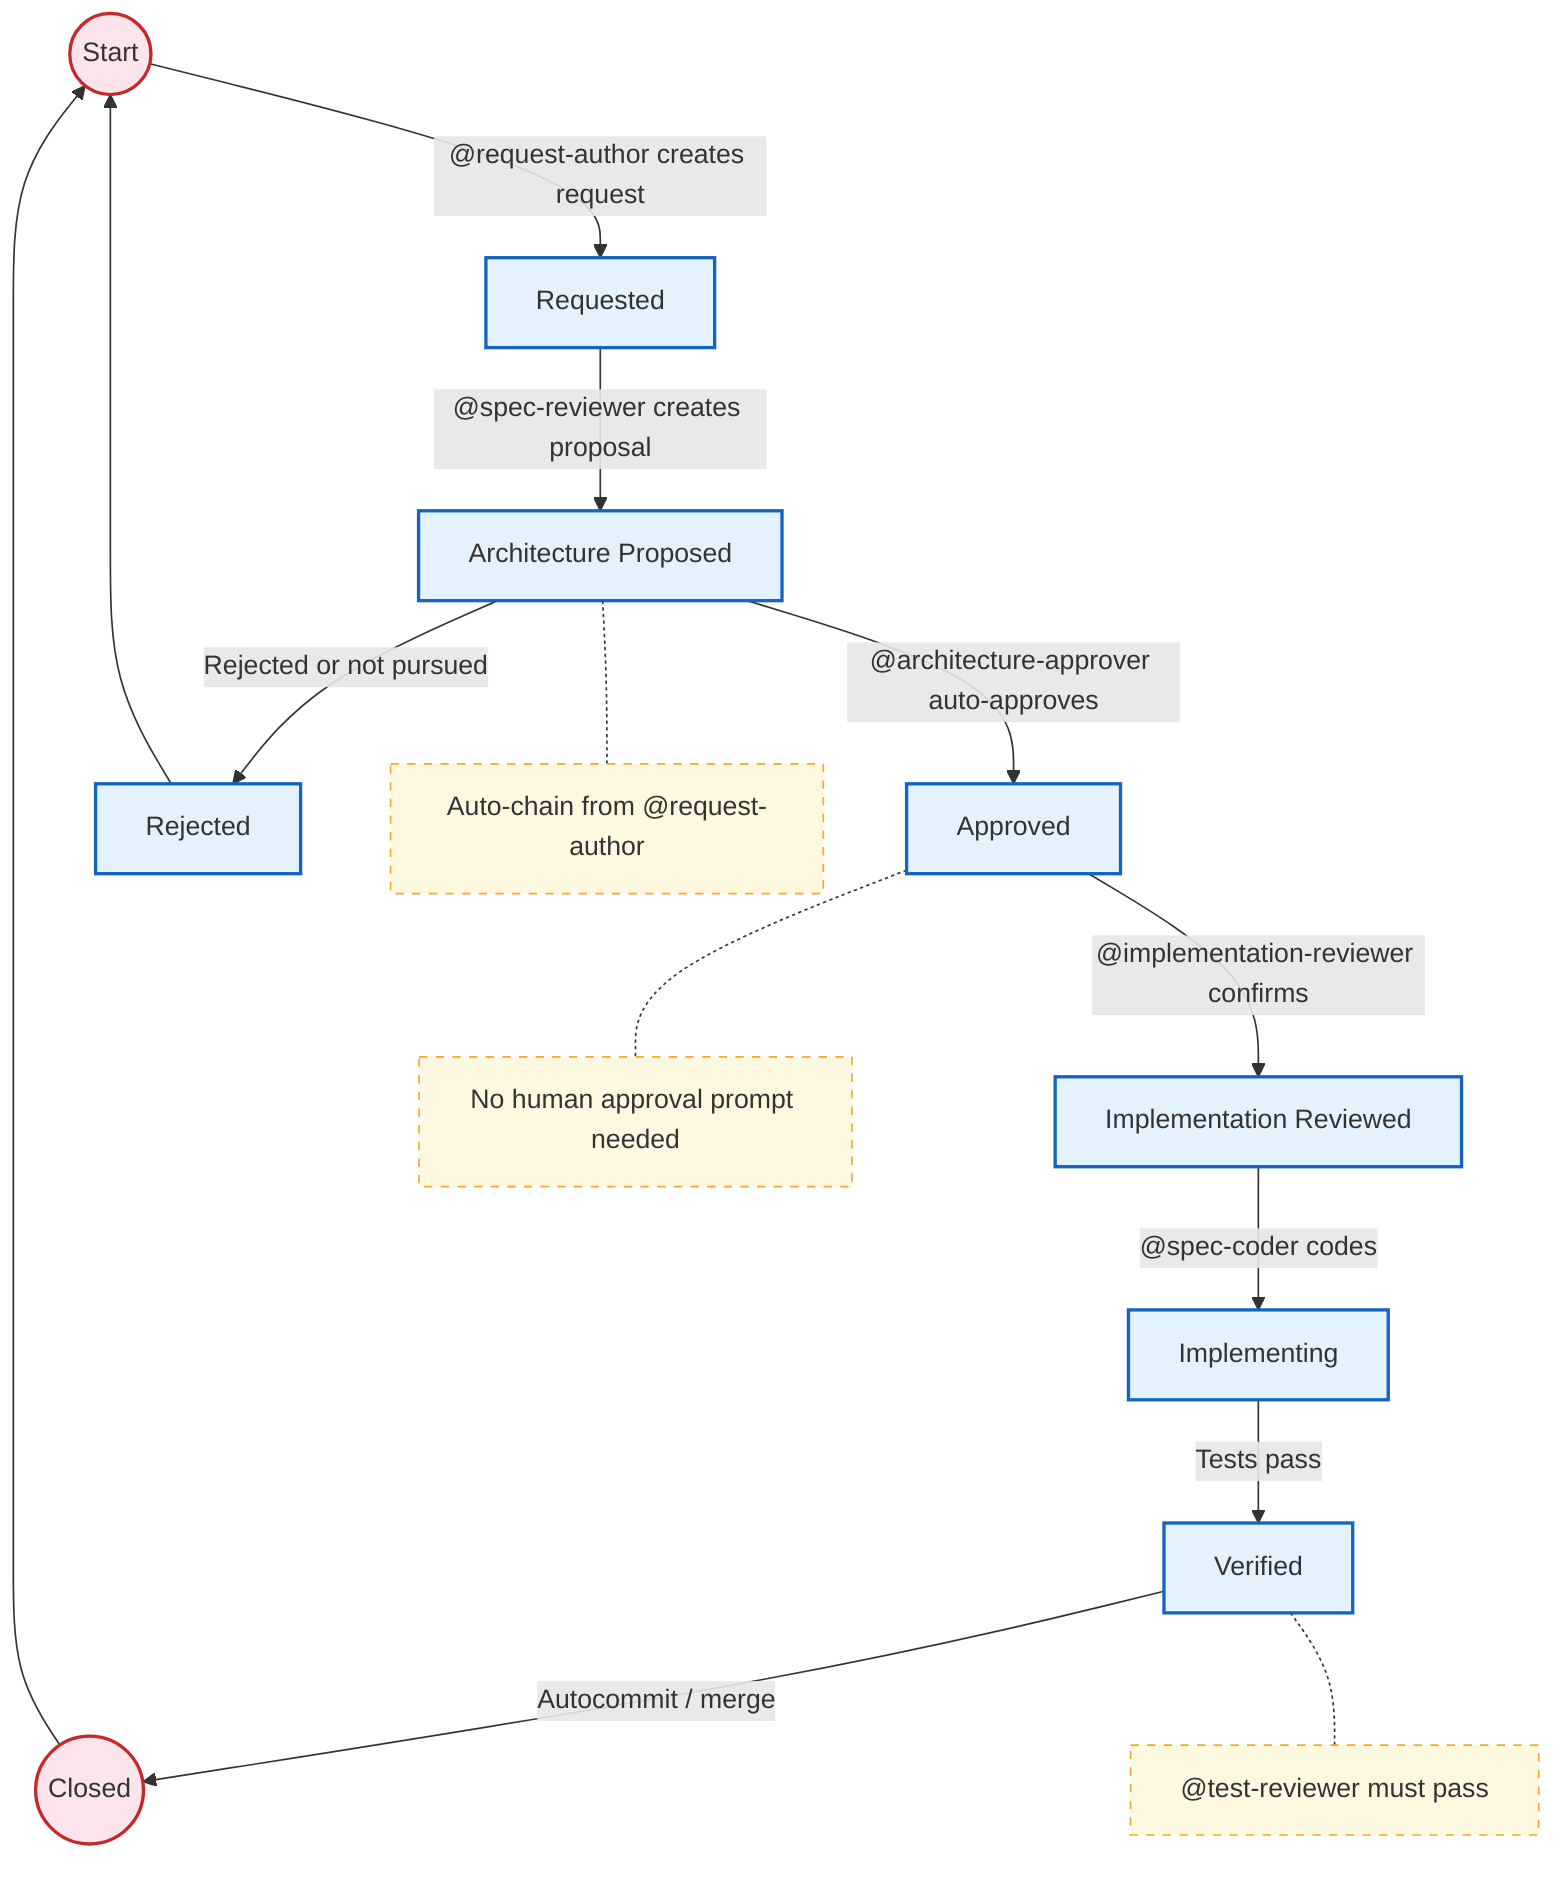
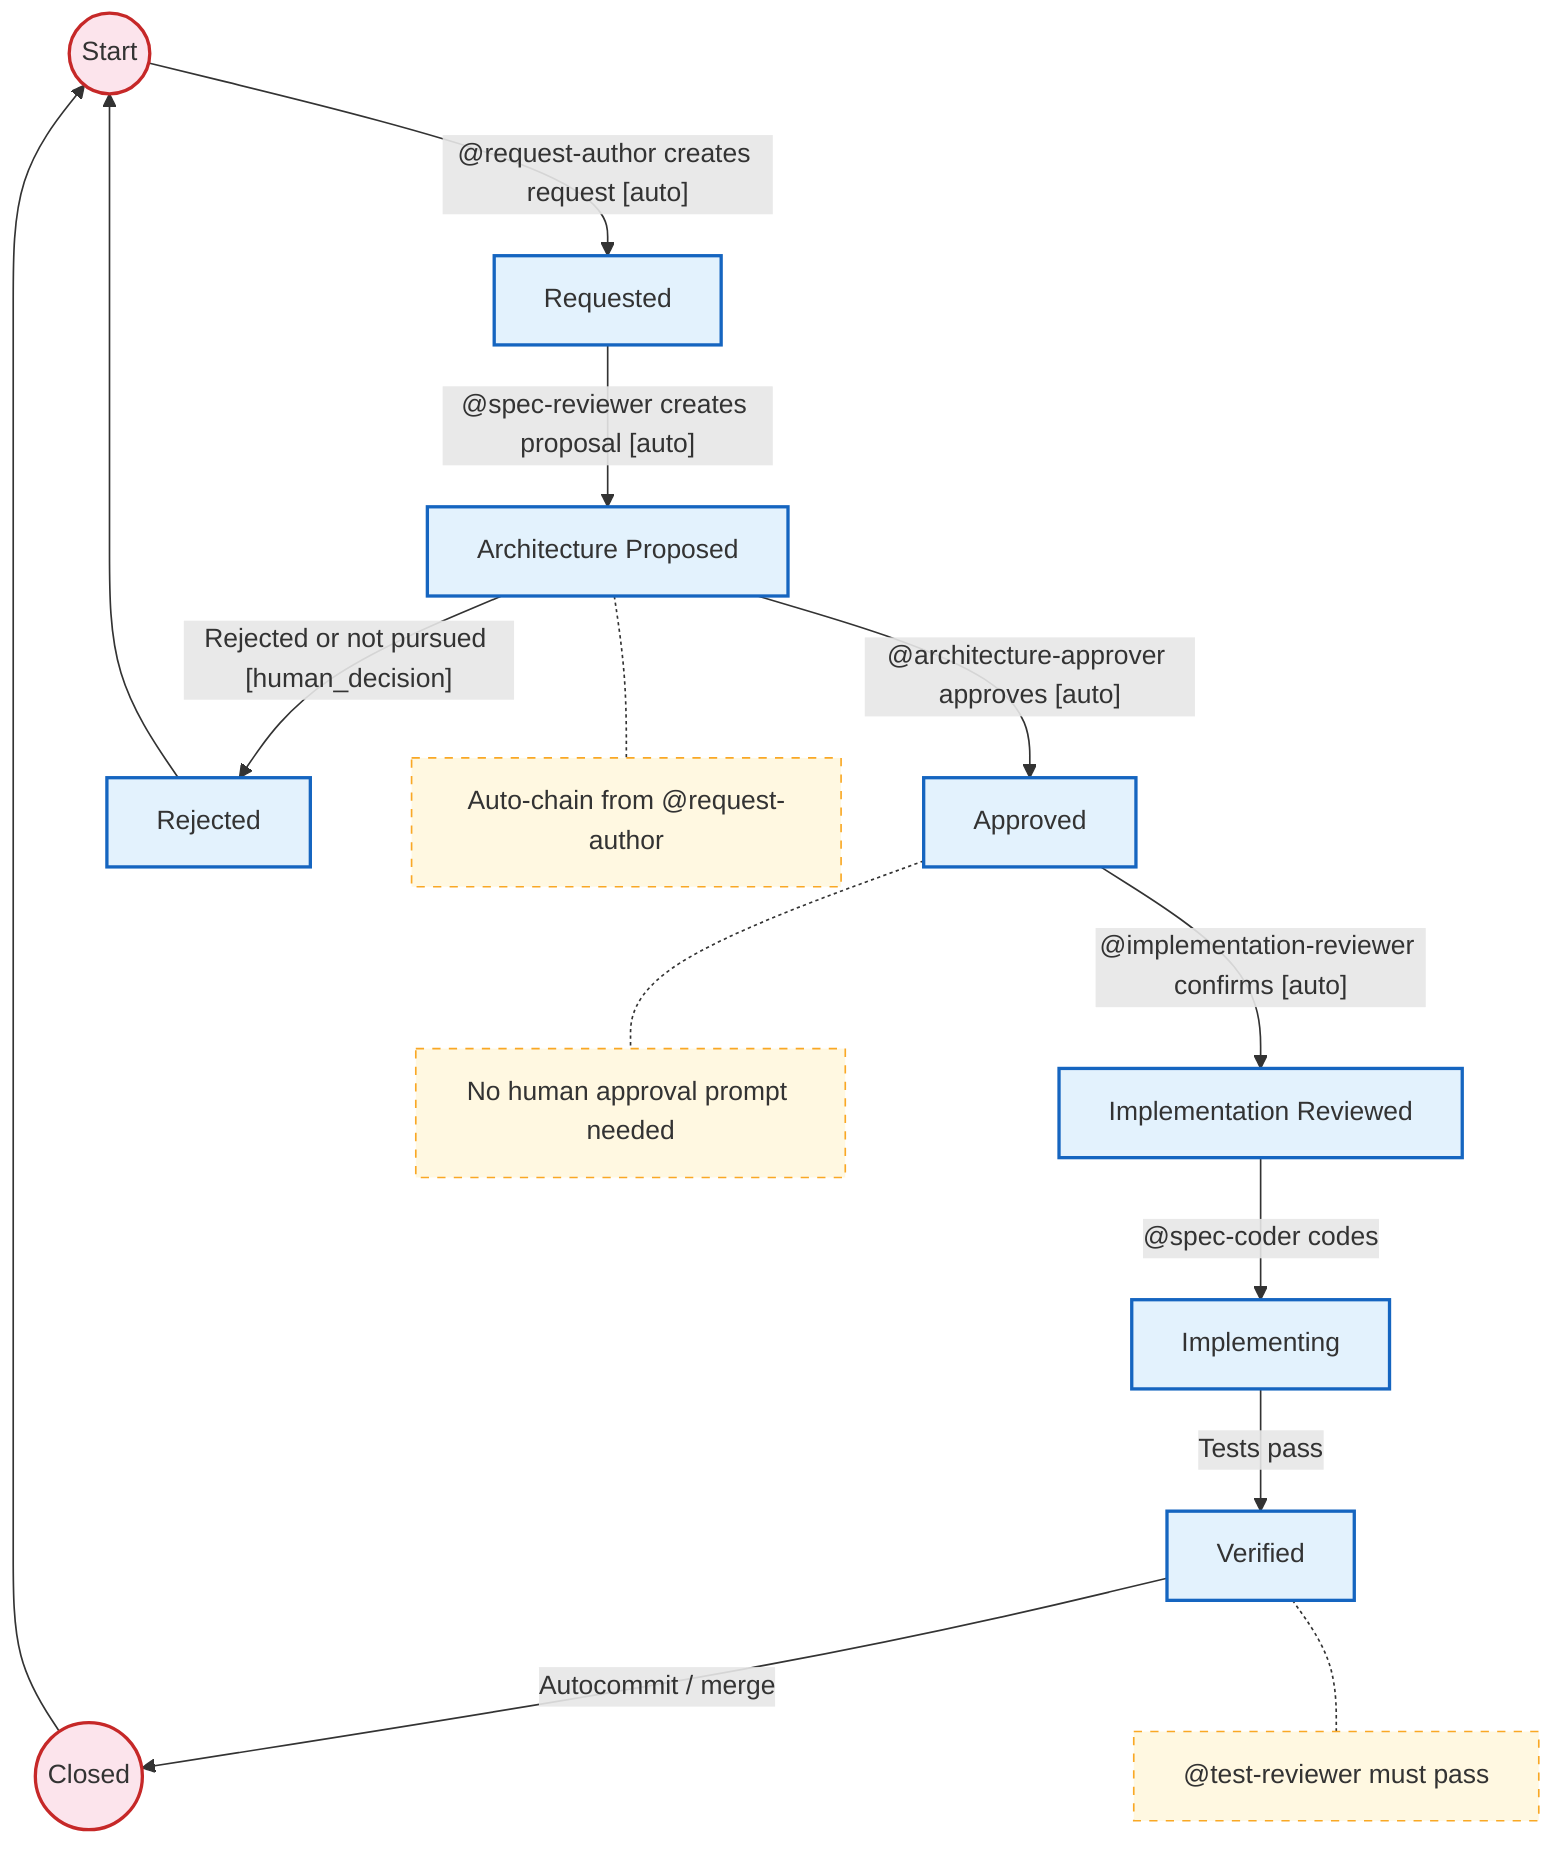
graph TD
    classDef state fill:#e3f2fd,stroke:#1565c0,stroke-width:2px
    classDef terminal fill:#fce4ec,stroke:#c62828,stroke-width:2px
    classDef note fill:#fff8e1,stroke:#f9a825,stroke-width:1px,stroke-dasharray:5 5

    Start((Start)):::terminal
    Requested[Requested]:::state
    ArchitectureProposed[Architecture Proposed]:::state
    Approved[Approved]:::state
    Rejected[Rejected]:::state
    ImplementationReviewed[Implementation Reviewed]:::state
    Implementing[Implementing]:::state
    Verified[Verified]:::state
    Closed((Closed)):::terminal

-     Start -->|"@request-author creates request"| Requested
-     Requested -->|"@spec-reviewer creates proposal"| ArchitectureProposed
-     ArchitectureProposed -->|"@architecture-approver auto-approves"| Approved
-     ArchitectureProposed -->|Rejected or not pursued| Rejected
-     Approved -->|"@implementation-reviewer confirms"| ImplementationReviewed
+     Start -->|"@request-author creates request [auto]"| Requested
+     Requested -->|"@spec-reviewer creates proposal [auto]"| ArchitectureProposed
+     ArchitectureProposed -->|"@architecture-approver approves [auto]"| Approved
+     ArchitectureProposed -->|"Rejected or not pursued [human_decision]"| Rejected
+     Approved -->|"@implementation-reviewer confirms [auto]"| ImplementationReviewed
    ImplementationReviewed -->|"@spec-coder codes"| Implementing
-     Implementing -->|Tests pass| Verified
-     Verified -->|Autocommit / merge| Closed
+     Implementing -->|"Tests pass"| Verified
+     Verified -->|"Autocommit / merge"| Closed
    Rejected --> Start
    Closed --> Start

    Note1["Auto-chain from @request-author"]:::note
    Note2["No human approval prompt needed"]:::note
    Note3["@test-reviewer must pass"]:::note

    ArchitectureProposed -.- Note1
    Approved -.- Note2
    Verified -.- Note3
